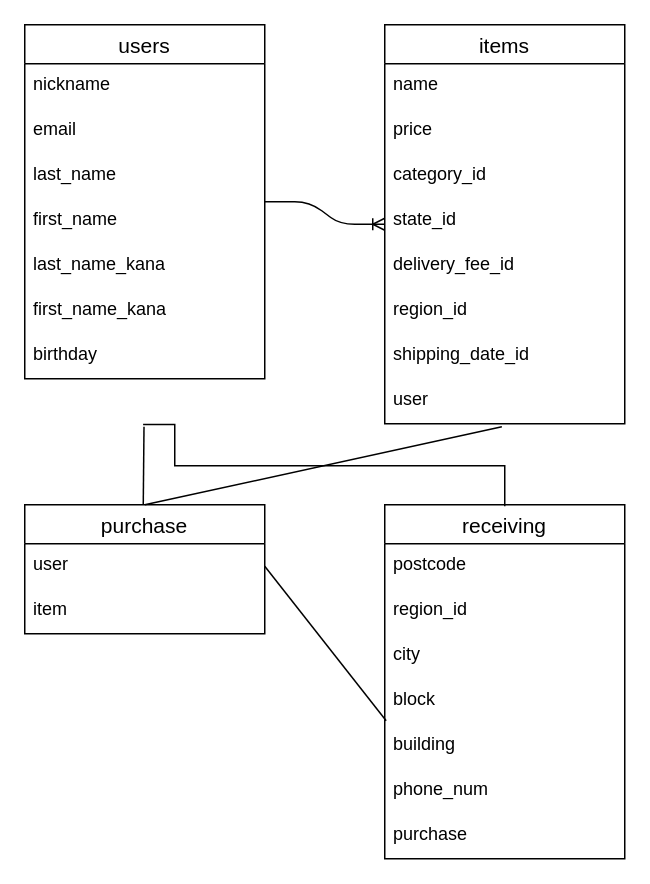
Earlier version of the draw.io diagram furima.dio (sho1999/furima-32340). Source tidied: cells renumbered, new cells numbered last; positions are measured from the earlier drawing's top-left corner, leaving out a move shared by most shapes. Both pictures are drawn from the tidied source at 150%, with x=0, y=0 at pixel (24, 24).
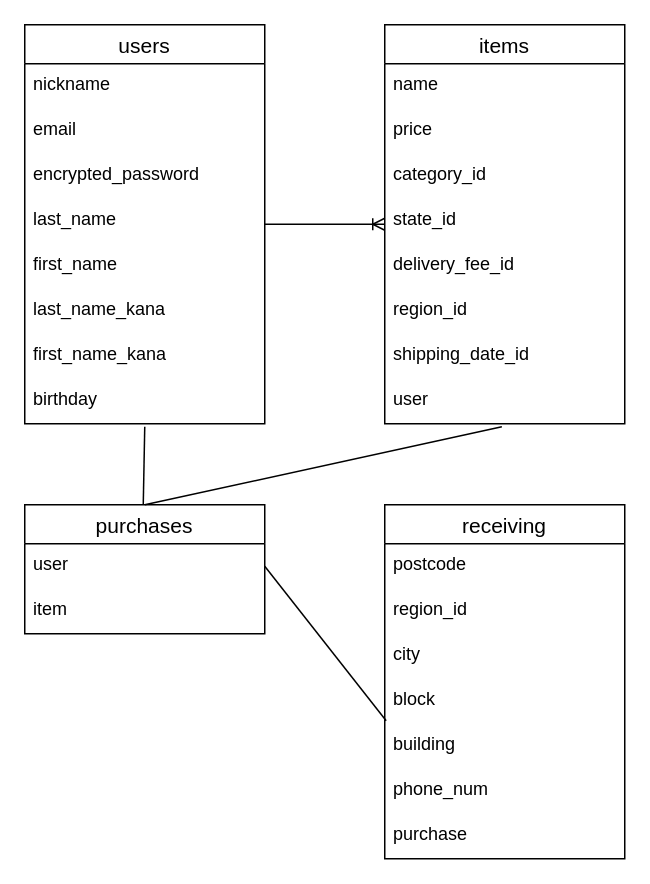
The same page after the edit.

The edit, as a diff of the source:
```diff
@@
     <mxCell id="2" value="users" style="swimlane;fontStyle=0;horizontal=1;startSize=26;align=center;fontSize=14;" parent="1" vertex="1">
-      <mxGeometry width="160" height="236" as="geometry" />
+      <mxGeometry width="160" height="266" as="geometry" />
     </mxCell>
@@
+    <mxCell id="35" value="email" style="text;strokeColor=none;fillColor=none;spacingLeft=4;spacingRight=4;overflow=hidden;fontSize=12;" parent="2" vertex="1">
+      <mxGeometry y="56" width="160" height="30" as="geometry" />
+    </mxCell>
-    <mxCell id="4" value="email" style="text;strokeColor=none;fillColor=none;spacingLeft=4;spacingRight=4;overflow=hidden;fontSize=12;" parent="2" vertex="1">
-      <mxGeometry y="56" width="160" height="30" as="geometry" />
+    <mxCell id="4" value="encrypted_password" style="text;strokeColor=none;fillColor=none;spacingLeft=4;spacingRight=4;overflow=hidden;fontSize=12;" parent="2" vertex="1">
+      <mxGeometry y="86" width="160" height="30" as="geometry" />
     </mxCell>
     <mxCell id="5" value="last_name" style="text;strokeColor=none;fillColor=none;spacingLeft=4;spacingRight=4;overflow=hidden;fontSize=12;" parent="2" vertex="1">
-      <mxGeometry y="86" width="160" height="30" as="geometry" />
+      <mxGeometry y="116" width="160" height="30" as="geometry" />
     </mxCell>
     <mxCell id="6" value="first_name" style="text;strokeColor=none;fillColor=none;spacingLeft=4;spacingRight=4;overflow=hidden;fontSize=12;" parent="2" vertex="1">
-      <mxGeometry y="116" width="160" height="30" as="geometry" />
+      <mxGeometry y="146" width="160" height="30" as="geometry" />
     </mxCell>
     <mxCell id="7" value="last_name_kana&#10;&#10;" style="text;strokeColor=none;fillColor=none;spacingLeft=4;spacingRight=4;overflow=hidden;fontSize=12;" parent="2" vertex="1">
-      <mxGeometry y="146" width="160" height="30" as="geometry" />
+      <mxGeometry y="176" width="160" height="30" as="geometry" />
     </mxCell>
     <mxCell id="8" value="first_name_kana" style="text;strokeColor=none;fillColor=none;spacingLeft=4;spacingRight=4;overflow=hidden;fontSize=12;" parent="2" vertex="1">
-      <mxGeometry y="176" width="160" height="30" as="geometry" />
+      <mxGeometry y="206" width="160" height="30" as="geometry" />
     </mxCell>
     <mxCell id="9" value="birthday" style="text;strokeColor=none;fillColor=none;spacingLeft=4;spacingRight=4;overflow=hidden;points=[[0,0.5],[1,0.5]];portConstraint=eastwest;fontSize=12;" parent="2" vertex="1">
-      <mxGeometry y="206" width="160" height="30" as="geometry" />
+      <mxGeometry y="236" width="160" height="30" as="geometry" />
     </mxCell>
@@
-    <mxCell id="19" value="purchase" style="swimlane;fontStyle=0;horizontal=1;startSize=26;align=center;fontSize=14;" parent="1" vertex="1">
+    <mxCell id="19" value="purchases" style="swimlane;fontStyle=0;horizontal=1;startSize=26;align=center;fontSize=14;" parent="1" vertex="1">
       <mxGeometry y="320" width="160" height="86" as="geometry" />
     </mxCell>
@@
-    <mxCell id="31" style="endArrow=none;html=1;rounded=0;exitX=0.503;exitY=1.067;exitDx=0;exitDy=0;exitPerimeter=0;entryX=0.5;entryY=0;entryDx=0;entryDy=0;" parent="1" edge="1">
+    <mxCell id="31" style="endArrow=none;html=1;rounded=0;exitX=0.5;exitY=1.067;exitDx=0;exitDy=0;exitPerimeter=0;entryX=0.5;entryY=0;entryDx=0;entryDy=0;" parent="1" edge="1" source="9">
       <mxGeometry relative="1" as="geometry">
-        <mxPoint x="79.5" y="268" as="sourcePoint" />
         <mxPoint x="79" y="320" as="targetPoint" />
       </mxGeometry>
     </mxCell>
-    <mxCell id="32" style="endArrow=none;html=1;rounded=0;exitX=0.493;exitY=0.983;exitDx=0;exitDy=0;exitPerimeter=0;entryX=0.5;entryY=0;entryDx=0;entryDy=0;edgeStyle=orthogonalEdgeStyle;" parent="1" edge="1">
-      <mxGeometry relative="1" as="geometry">
-        <mxPoint x="78.9" y="266.5" as="sourcePoint" />
-        <mxPoint x="320" y="321" as="targetPoint" />
-        <Array as="points">
-          <mxPoint x="100" y="267" />
-          <mxPoint x="100" y="294" />
-          <mxPoint x="320" y="294" />
-        </Array>
-      </mxGeometry>
-    </mxCell>
```
